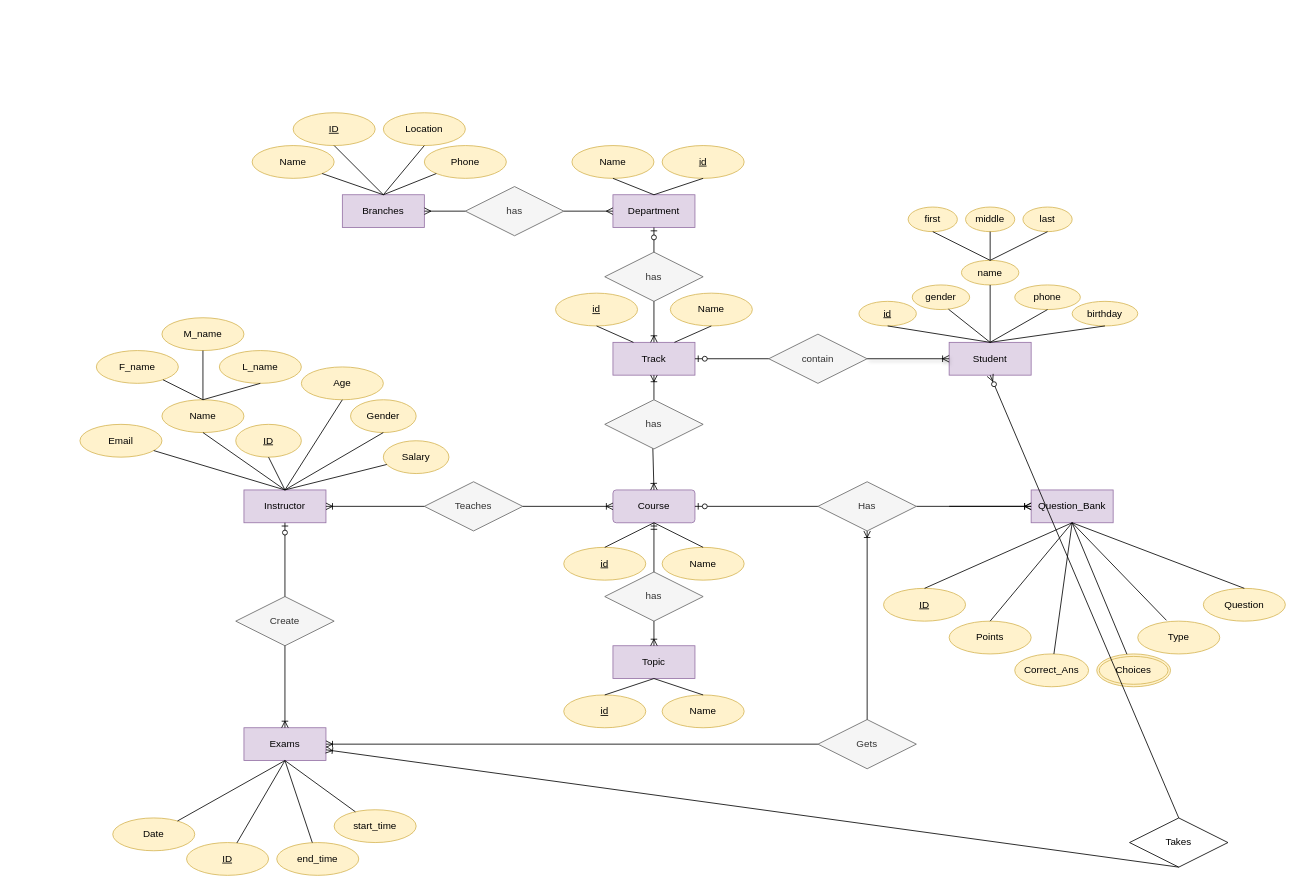
The draw.io diagram OnlineExaminationSystem.drawio in aya-abdelmageed/OnlineExaminationSystem, before the edit. Source tidied: cells renumbered, new cells numbered last; positions are measured from the earlier drawing's top-left corner, leaving out a move shared by most shapes. Both pictures are drawn from the tidied source at 82%, with x=0, y=0 at pixel (80, 112).
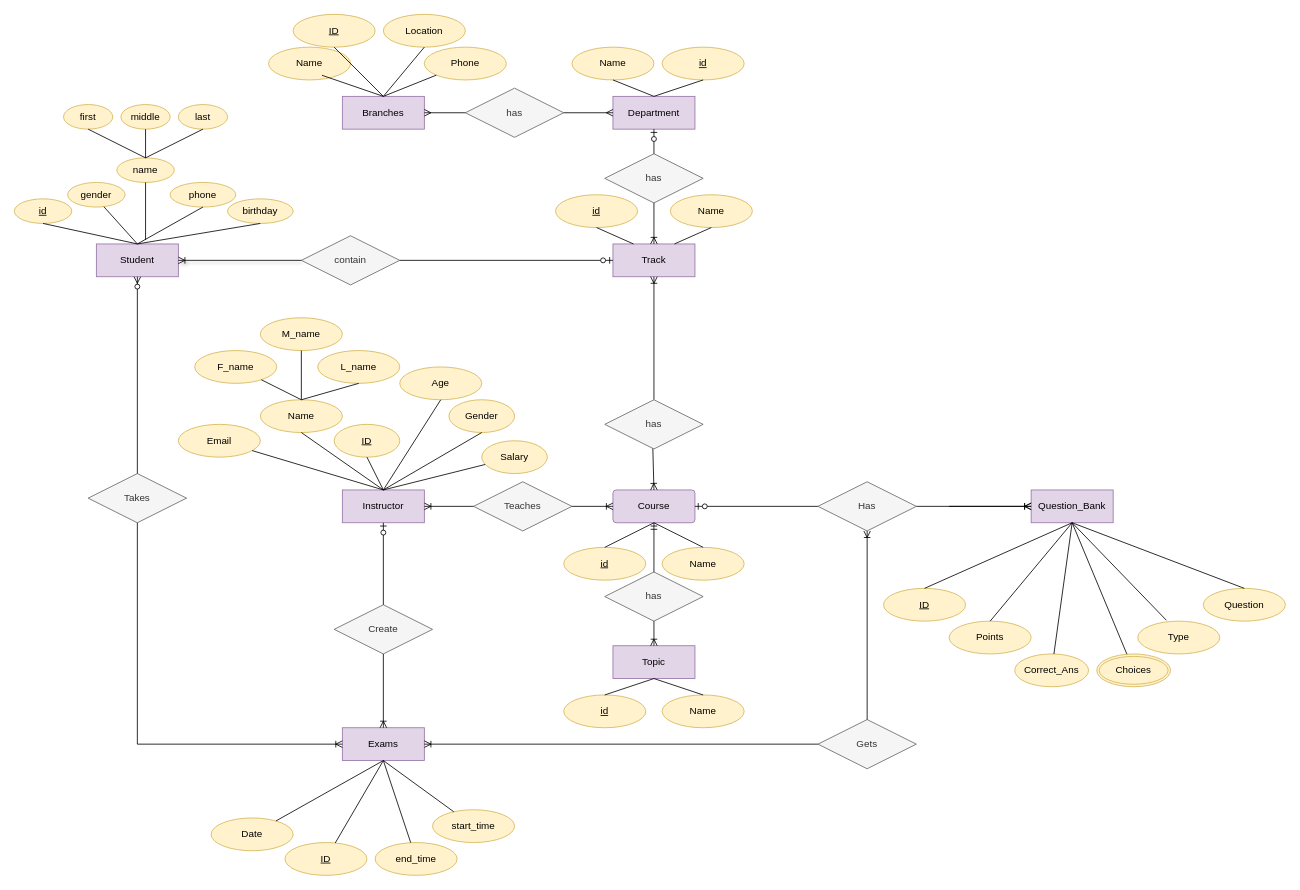
After the change.

Unchanged cells that the change refers to:
```xml
<mxCell id="70" value="has" style="shape=rhombus;perimeter=rhombusPerimeter;whiteSpace=wrap;html=1;align=center;fillColor=#f5f5f5;fontColor=#333333;strokeColor=#666666;" parent="1" vertex="1">
  <mxGeometry x="640" y="350" width="120" height="60" as="geometry" />
</mxCell>
```

What changed in the source:
```diff
@@
     <mxCell id="2" value="Name" style="ellipse;whiteSpace=wrap;html=1;align=center;fillColor=#fff2cc;strokeColor=#d6b656;" parent="1" vertex="1">
-      <mxGeometry x="600" y="40" width="100" height="40" as="geometry" />
+      <mxGeometry x="600" y="-80" width="100" height="40" as="geometry" />
     </mxCell>
     <mxCell id="3" value="id" style="ellipse;whiteSpace=wrap;html=1;align=center;fontStyle=4;fillColor=#fff2cc;strokeColor=#d6b656;" parent="1" vertex="1">
-      <mxGeometry x="710" y="40" width="100" height="40" as="geometry" />
+      <mxGeometry x="710" y="-80" width="100" height="40" as="geometry" />
     </mxCell>
     <mxCell id="4" value="Instructor" style="whiteSpace=wrap;html=1;align=center;fillColor=#e1d5e7;strokeColor=#9673a6;" parent="1" vertex="1">
-      <mxGeometry x="200" y="460" width="100" height="40" as="geometry" />
+      <mxGeometry x="320" y="460" width="100" height="40" as="geometry" />
     </mxCell>
     <mxCell id="5" value="Name" style="ellipse;whiteSpace=wrap;html=1;align=center;fillColor=#fff2cc;strokeColor=#d6b656;" parent="1" vertex="1">
-      <mxGeometry x="100" y="350" width="100" height="40" as="geometry" />
+      <mxGeometry x="220" y="350" width="100" height="40" as="geometry" />
     </mxCell>
     <mxCell id="6" value="Age" style="ellipse;whiteSpace=wrap;html=1;align=center;fillColor=#fff2cc;strokeColor=#d6b656;" parent="1" vertex="1">
-      <mxGeometry x="270" y="310" width="100" height="40" as="geometry" />
+      <mxGeometry x="390" y="310" width="100" height="40" as="geometry" />
     </mxCell>
     <mxCell id="7" value="Salary" style="ellipse;whiteSpace=wrap;html=1;align=center;fillColor=#fff2cc;strokeColor=#d6b656;" parent="1" vertex="1">
-      <mxGeometry x="370" y="400" width="80" height="40" as="geometry" />
+      <mxGeometry x="490" y="400" width="80" height="40" as="geometry" />
     </mxCell>
     <mxCell id="8" value="Gender" style="ellipse;whiteSpace=wrap;html=1;align=center;fillColor=#fff2cc;strokeColor=#d6b656;" parent="1" vertex="1">
-      <mxGeometry x="330" y="350" width="80" height="40" as="geometry" />
+      <mxGeometry x="450" y="350" width="80" height="40" as="geometry" />
     </mxCell>
@@
     <mxCell id="10" value="ID" style="ellipse;whiteSpace=wrap;html=1;align=center;fontStyle=4;fillColor=#fff2cc;strokeColor=#d6b656;" parent="1" vertex="1">
-      <mxGeometry x="130" y="890" width="100" height="40" as="geometry" />
+      <mxGeometry x="250" y="890" width="100" height="40" as="geometry" />
     </mxCell>
     <mxCell id="11" value="ID" style="ellipse;whiteSpace=wrap;html=1;align=center;fontStyle=4;fillColor=#fff2cc;strokeColor=#d6b656;" parent="1" vertex="1">
-      <mxGeometry x="190" y="380" width="80" height="40" as="geometry" />
+      <mxGeometry x="310" y="380" width="80" height="40" as="geometry" />
     </mxCell>
     <mxCell id="12" value="Date" style="ellipse;whiteSpace=wrap;html=1;align=center;fillColor=#fff2cc;strokeColor=#d6b656;" parent="1" vertex="1">
-      <mxGeometry x="40" y="860" width="100" height="40" as="geometry" />
+      <mxGeometry x="160" y="860" width="100" height="40" as="geometry" />
     </mxCell>
     <mxCell id="13" value="F_name" style="ellipse;whiteSpace=wrap;html=1;align=center;fillColor=#fff2cc;strokeColor=#d6b656;" parent="1" vertex="1">
-      <mxGeometry x="20" y="290" width="100" height="40" as="geometry" />
+      <mxGeometry x="140" y="290" width="100" height="40" as="geometry" />
     </mxCell>
     <mxCell id="14" value="M_name" style="ellipse;whiteSpace=wrap;html=1;align=center;fillColor=#fff2cc;strokeColor=#d6b656;" parent="1" vertex="1">
-      <mxGeometry x="100" y="250" width="100" height="40" as="geometry" />
+      <mxGeometry x="220" y="250" width="100" height="40" as="geometry" />
     </mxCell>
     <mxCell id="15" value="L_name" style="ellipse;whiteSpace=wrap;html=1;align=center;fillColor=#fff2cc;strokeColor=#d6b656;" parent="1" vertex="1">
-      <mxGeometry x="170" y="290" width="100" height="40" as="geometry" />
+      <mxGeometry x="290" y="290" width="100" height="40" as="geometry" />
     </mxCell>
     <mxCell id="16" value="Email" style="ellipse;whiteSpace=wrap;html=1;align=center;fillColor=#fff2cc;strokeColor=#d6b656;" parent="1" vertex="1">
-      <mxGeometry y="380" width="100" height="40" as="geometry" />
+      <mxGeometry x="120" y="380" width="100" height="40" as="geometry" />
     </mxCell>
@@
     <mxCell id="18" style="endArrow=none;html=1;rounded=0;exitX=0.5;exitY=1;exitDx=0;exitDy=0;" parent="1" edge="1" source="15">
       <mxGeometry relative="1" as="geometry">
-        <mxPoint x="150" y="350" as="targetPoint" />
+        <mxPoint x="270" y="350" as="targetPoint" />
       </mxGeometry>
     </mxCell>
     <mxCell id="19" style="endArrow=none;html=1;rounded=0;entryX=0.5;entryY=1;entryDx=0;entryDy=0;" parent="1" edge="1" target="5">
       <mxGeometry relative="1" as="geometry">
-        <mxPoint x="250" y="460" as="sourcePoint" />
+        <mxPoint x="370" y="460" as="sourcePoint" />
       </mxGeometry>
     </mxCell>
@@
     <mxCell id="21" style="endArrow=none;html=1;rounded=0;exitX=0.5;exitY=1;exitDx=0;exitDy=0;" parent="1" edge="1" source="11">
       <mxGeometry relative="1" as="geometry">
-        <mxPoint x="250" y="460" as="targetPoint" />
+        <mxPoint x="370" y="460" as="targetPoint" />
       </mxGeometry>
     </mxCell>
@@
     <mxCell id="24" style="endArrow=none;html=1;rounded=0;entryX=0.5;entryY=1;entryDx=0;entryDy=0;" parent="1" edge="1" target="8">
       <mxGeometry relative="1" as="geometry">
-        <mxPoint x="250" y="460" as="sourcePoint" />
+        <mxPoint x="370" y="460" as="sourcePoint" />
       </mxGeometry>
     </mxCell>
@@
     <mxCell id="26" value="Exams" style="whiteSpace=wrap;html=1;align=center;fillColor=#e1d5e7;strokeColor=#9673a6;" parent="1" vertex="1">
-      <mxGeometry x="200" y="750" width="100" height="40" as="geometry" />
+      <mxGeometry x="320" y="750" width="100" height="40" as="geometry" />
     </mxCell>
@@
     <mxCell id="28" value="end_time" style="ellipse;whiteSpace=wrap;html=1;align=center;fillColor=#fff2cc;strokeColor=#d6b656;" parent="1" vertex="1">
-      <mxGeometry x="240" y="890" width="100" height="40" as="geometry" />
+      <mxGeometry x="360" y="890" width="100" height="40" as="geometry" />
     </mxCell>
     <mxCell id="29" value="start_time" style="ellipse;whiteSpace=wrap;html=1;align=center;fillColor=#fff2cc;strokeColor=#d6b656;" parent="1" vertex="1">
-      <mxGeometry x="310" y="850" width="100" height="40" as="geometry" />
+      <mxGeometry x="430" y="850" width="100" height="40" as="geometry" />
     </mxCell>
@@
     <mxCell id="33" style="endArrow=none;html=1;rounded=0;entryX=0.5;entryY=1;entryDx=0;entryDy=0;" parent="1" edge="1" source="12">
       <mxGeometry relative="1" as="geometry">
-        <mxPoint x="250" y="790" as="targetPoint" />
+        <mxPoint x="370" y="790" as="targetPoint" />
       </mxGeometry>
     </mxCell>
@@
     <mxCell id="45" value="Create" style="shape=rhombus;perimeter=rhombusPerimeter;whiteSpace=wrap;html=1;align=center;fillColor=#f5f5f5;fontColor=#333333;strokeColor=#666666;" parent="1" vertex="1">
-      <mxGeometry x="190" y="590" width="120" height="60" as="geometry" />
+      <mxGeometry x="310" y="600" width="120" height="60" as="geometry" />
     </mxCell>
@@
     <mxCell id="51" value="Department" style="whiteSpace=wrap;html=1;align=center;fillColor=#e1d5e7;strokeColor=#9673a6;" parent="1" vertex="1">
-      <mxGeometry x="650" y="100" width="100" height="40" as="geometry" />
+      <mxGeometry x="650" y="-20" width="100" height="40" as="geometry" />
     </mxCell>
     <mxCell id="52" value="Track" style="whiteSpace=wrap;html=1;align=center;fillColor=#e1d5e7;strokeColor=#9673a6;" parent="1" vertex="1">
-      <mxGeometry x="650" y="280" width="100" height="40" as="geometry" />
+      <mxGeometry x="650" y="160" width="100" height="40" as="geometry" />
     </mxCell>
@@
     <mxCell id="54" style="endArrow=none;html=1;rounded=0;exitX=0.5;exitY=1;exitDx=0;exitDy=0;" parent="1" edge="1" source="3">
       <mxGeometry relative="1" as="geometry">
-        <mxPoint x="700" y="100" as="targetPoint" />
+        <mxPoint x="700" y="-20" as="targetPoint" />
       </mxGeometry>
     </mxCell>
     <mxCell id="55" value="id" style="ellipse;whiteSpace=wrap;html=1;align=center;fontStyle=4;fillColor=#fff2cc;strokeColor=#d6b656;" parent="1" vertex="1">
-      <mxGeometry x="950" y="230" width="70" height="30" as="geometry" />
+      <mxGeometry x="-80" y="105" width="70" height="30" as="geometry" />
     </mxCell>
@@
     <mxCell id="57" value="id" style="ellipse;whiteSpace=wrap;html=1;align=center;fontStyle=4;fillColor=#fff2cc;strokeColor=#d6b656;" parent="1" vertex="1">
-      <mxGeometry x="580" y="220" width="100" height="40" as="geometry" />
+      <mxGeometry x="580" y="100" width="100" height="40" as="geometry" />
     </mxCell>
     <mxCell id="58" value="Name" style="ellipse;whiteSpace=wrap;html=1;align=center;fillColor=#fff2cc;strokeColor=#d6b656;" parent="1" vertex="1">
-      <mxGeometry x="720" y="220" width="100" height="40" as="geometry" />
+      <mxGeometry x="720" y="100" width="100" height="40" as="geometry" />
     </mxCell>
@@
     <mxCell id="65" value="has" style="shape=rhombus;perimeter=rhombusPerimeter;whiteSpace=wrap;html=1;align=center;fillColor=#f5f5f5;fontColor=#333333;strokeColor=#666666;" parent="1" vertex="1">
-      <mxGeometry x="640" y="170" width="120" height="60" as="geometry" />
+      <mxGeometry x="640" y="50" width="120" height="60" as="geometry" />
     </mxCell>
@@
-    <mxCell id="68" style="fontSize=12;html=1;endArrow=ERoneToMany;rounded=0;entryX=0.5;entryY=1;entryDx=0;entryDy=0;" parent="1" edge="1" source="70" target="52">
+    <mxCell id="68" style="fontSize=12;html=1;endArrow=ERoneToMany;rounded=0;entryX=0.5;entryY=1;entryDx=0;entryDy=0;exitX=0.5;exitY=0;exitDx=0;exitDy=0;" parent="1" edge="1" source="70" target="52">
       <mxGeometry relative="1" as="geometry" />
     </mxCell>
@@
     <mxCell id="79" value="Student" style="whiteSpace=wrap;html=1;align=center;fillColor=#e1d5e7;strokeColor=#9673a6;" parent="1" vertex="1">
-      <mxGeometry x="1060" y="280" width="100" height="40" as="geometry" />
+      <mxGeometry x="20" y="160" width="100" height="40" as="geometry" />
     </mxCell>
     <mxCell id="80" value="contain" style="shape=rhombus;perimeter=rhombusPerimeter;whiteSpace=wrap;html=1;align=center;fillColor=#f5f5f5;fontColor=#333333;strokeColor=#666666;" parent="1" vertex="1">
-      <mxGeometry x="840" y="270" width="120" height="60" as="geometry" />
+      <mxGeometry x="270" y="150" width="120" height="60" as="geometry" />
     </mxCell>
-    <mxCell id="81" style="fontSize=12;html=1;endArrow=ERzeroToOne;endFill=1;rounded=0;entryX=1;entryY=0.5;entryDx=0;entryDy=0;" parent="1" edge="1" source="80" target="52">
+    <mxCell id="81" style="fontSize=12;html=1;endArrow=ERzeroToOne;endFill=1;rounded=0;entryX=0;entryY=0.5;entryDx=0;entryDy=0;exitX=1;exitY=0.5;exitDx=0;exitDy=0;" parent="1" edge="1" source="80" target="52">
       <mxGeometry relative="1" as="geometry" />
     </mxCell>
-    <mxCell id="82" style="fontSize=12;html=1;endArrow=ERoneToMany;rounded=0;shadow=1;entryX=0;entryY=0.5;entryDx=0;entryDy=0;exitX=1;exitY=0.5;exitDx=0;exitDy=0;" parent="1" edge="1" source="80" target="79">
+    <mxCell id="82" style="fontSize=12;html=1;endArrow=ERoneToMany;rounded=0;shadow=1;exitX=0;exitY=0.5;exitDx=0;exitDy=0;entryX=1;entryY=0.5;entryDx=0;entryDy=0;" parent="1" edge="1" source="80" target="79">
       <mxGeometry relative="1" as="geometry" />
     </mxCell>
     <mxCell id="83" value="gender" style="ellipse;whiteSpace=wrap;html=1;align=center;fillColor=#fff2cc;strokeColor=#d6b656;" parent="1" vertex="1">
-      <mxGeometry x="1015" y="210" width="70" height="30" as="geometry" />
+      <mxGeometry x="-15" y="85" width="70" height="30" as="geometry" />
     </mxCell>
     <mxCell id="84" value="first" style="ellipse;whiteSpace=wrap;html=1;align=center;fillColor=#fff2cc;strokeColor=#d6b656;" parent="1" vertex="1">
-      <mxGeometry x="1010" y="115" width="60" height="30" as="geometry" />
+      <mxGeometry x="-20" y="-10" width="60" height="30" as="geometry" />
     </mxCell>
     <mxCell id="85" value="last" style="ellipse;whiteSpace=wrap;html=1;align=center;fillColor=#fff2cc;strokeColor=#d6b656;" parent="1" vertex="1">
-      <mxGeometry x="1150" y="115" width="60" height="30" as="geometry" />
+      <mxGeometry x="120" y="-10" width="60" height="30" as="geometry" />
     </mxCell>
     <mxCell id="86" value="middle" style="ellipse;whiteSpace=wrap;html=1;align=center;fillColor=#fff2cc;strokeColor=#d6b656;" parent="1" vertex="1">
-      <mxGeometry x="1080" y="115" width="60" height="30" as="geometry" />
+      <mxGeometry x="50" y="-10" width="60" height="30" as="geometry" />
     </mxCell>
     <mxCell id="87" value="birthday" style="ellipse;whiteSpace=wrap;html=1;align=center;fillColor=#fff2cc;strokeColor=#d6b656;" parent="1" vertex="1">
-      <mxGeometry x="1210" y="230" width="80" height="30" as="geometry" />
+      <mxGeometry x="180" y="105" width="80" height="30" as="geometry" />
     </mxCell>
     <mxCell id="88" value="phone" style="ellipse;whiteSpace=wrap;html=1;align=center;fillColor=#fff2cc;strokeColor=#d6b656;" parent="1" vertex="1">
-      <mxGeometry x="1140" y="210" width="80" height="30" as="geometry" />
+      <mxGeometry x="110" y="85" width="80" height="30" as="geometry" />
     </mxCell>
     <mxCell id="89" value="name" style="ellipse;whiteSpace=wrap;html=1;align=center;fillColor=#fff2cc;strokeColor=#d6b656;" parent="1" vertex="1">
-      <mxGeometry x="1075" y="180" width="70" height="30" as="geometry" />
+      <mxGeometry x="45" y="55" width="70" height="30" as="geometry" />
     </mxCell>
@@
     <mxCell id="92" style="endArrow=none;html=1;rounded=0;exitX=0.5;exitY=1;exitDx=0;exitDy=0;" parent="1" edge="1" source="84">
       <mxGeometry relative="1" as="geometry">
-        <mxPoint x="1110" y="180" as="targetPoint" />
+        <mxPoint x="80" y="55" as="targetPoint" />
       </mxGeometry>
     </mxCell>
@@
     <mxCell id="95" style="endArrow=none;html=1;rounded=0;exitX=0.5;exitY=1;exitDx=0;exitDy=0;" parent="1" edge="1" source="89">
       <mxGeometry relative="1" as="geometry">
-        <mxPoint x="1110" y="280" as="targetPoint" />
+        <mxPoint x="80" y="155" as="targetPoint" />
       </mxGeometry>
     </mxCell>
@@
     <mxCell id="98" style="edgeStyle=orthogonalEdgeStyle;rounded=0;orthogonalLoop=1;jettySize=auto;html=1;exitX=0.5;exitY=1;exitDx=0;exitDy=0;labelBackgroundColor=none;fontColor=default;" parent="1" edge="1">
       <mxGeometry relative="1" as="geometry">
-        <mxPoint x="340" y="190" as="sourcePoint" />
-        <mxPoint x="340" y="190" as="targetPoint" />
+        <mxPoint x="285" y="75" as="sourcePoint" />
+        <mxPoint x="285" y="75" as="targetPoint" />
       </mxGeometry>
     </mxCell>
     <mxCell id="99" value="Branches" style="whiteSpace=wrap;html=1;align=center;fillColor=#e1d5e7;strokeColor=#9673a6;" parent="1" vertex="1">
-      <mxGeometry x="320" y="100" width="100" height="40" as="geometry" />
+      <mxGeometry x="320" y="-20" width="100" height="40" as="geometry" />
     </mxCell>
     <mxCell id="100" value="Name" style="ellipse;whiteSpace=wrap;html=1;align=center;fillColor=#fff2cc;strokeColor=#d6b656;" parent="1" vertex="1">
-      <mxGeometry x="210" y="40" width="100" height="40" as="geometry" />
+      <mxGeometry x="230" y="-80" width="100" height="40" as="geometry" />
     </mxCell>
     <mxCell id="101" value="ID" style="ellipse;whiteSpace=wrap;html=1;align=center;fontStyle=4;fillColor=#fff2cc;strokeColor=#d6b656;" parent="1" vertex="1">
-      <mxGeometry x="260" width="100" height="40" as="geometry" />
+      <mxGeometry x="260" y="-120" width="100" height="40" as="geometry" />
     </mxCell>
@@
-    <mxCell id="103" style="endArrow=none;html=1;rounded=0;exitX=1;exitY=1;exitDx=0;exitDy=0;" parent="1" edge="1" source="100">
+    <mxCell id="103" style="endArrow=none;html=1;rounded=0;exitX=1;exitY=1;exitDx=0;exitDy=0;" parent="1" edge="1">
       <mxGeometry relative="1" as="geometry">
-        <mxPoint x="370" y="100" as="targetPoint" />
+        <mxPoint x="295.1" y="-45.7" as="sourcePoint" />
+        <mxPoint x="370" y="-20" as="targetPoint" />
       </mxGeometry>
     </mxCell>
     <mxCell id="104" value="Location" style="ellipse;whiteSpace=wrap;html=1;align=center;fillColor=#fff2cc;strokeColor=#d6b656;" parent="1" vertex="1">
-      <mxGeometry x="370" width="100" height="40" as="geometry" />
+      <mxGeometry x="370" y="-120" width="100" height="40" as="geometry" />
     </mxCell>
@@
     <mxCell id="106" value="Phone" style="ellipse;whiteSpace=wrap;html=1;align=center;fillColor=#fff2cc;strokeColor=#d6b656;" parent="1" vertex="1">
-      <mxGeometry x="420" y="40" width="100" height="40" as="geometry" />
+      <mxGeometry x="420" y="-80" width="100" height="40" as="geometry" />
     </mxCell>
@@
     <mxCell id="108" value="has" style="shape=rhombus;perimeter=rhombusPerimeter;whiteSpace=wrap;html=1;align=center;fillColor=#f5f5f5;fontColor=#333333;strokeColor=#666666;" parent="1" vertex="1">
-      <mxGeometry x="470" y="90" width="120" height="60" as="geometry" />
+      <mxGeometry x="470" y="-30" width="120" height="60" as="geometry" />
     </mxCell>
     <mxCell id="109" style="fontSize=12;html=1;endArrow=ERmany;rounded=0;exitX=0;exitY=0.5;exitDx=0;exitDy=0;" parent="1" edge="1" source="108">
       <mxGeometry relative="1" as="geometry">
-        <mxPoint x="420" y="120" as="targetPoint" />
+        <mxPoint x="420" as="targetPoint" />
       </mxGeometry>
     </mxCell>
@@
     <mxCell id="113" value="Teaches" style="shape=rhombus;perimeter=rhombusPerimeter;whiteSpace=wrap;html=1;align=center;fillColor=#f5f5f5;fontColor=#333333;strokeColor=#666666;" parent="1" vertex="1">
-      <mxGeometry x="420" y="450" width="120" height="60" as="geometry" />
+      <mxGeometry x="480" y="450" width="120" height="60" as="geometry" />
     </mxCell>
@@
-    <mxCell id="116" value="Takes" style="shape=rhombus;perimeter=rhombusPerimeter;whiteSpace=wrap;html=1;align=center;" parent="1" vertex="1">
-      <mxGeometry x="1280" y="860" width="120" height="60" as="geometry" />
+    <mxCell id="116" value="Takes" style="shape=rhombus;perimeter=rhombusPerimeter;whiteSpace=wrap;html=1;align=center;fillColor=#f5f5f5;fontColor=#333333;strokeColor=#666666;" parent="1" vertex="1">
+      <mxGeometry x="10" y="440" width="120" height="60" as="geometry" />
     </mxCell>
@@
     <mxCell id="120" style="fontSize=12;html=1;endArrow=ERoneToMany;rounded=0;exitX=0.5;exitY=1;exitDx=0;exitDy=0;" parent="1" edge="1" source="116" target="26">
-      <mxGeometry relative="1" as="geometry" />
+      <mxGeometry relative="1" as="geometry">
+        <Array as="points">
+          <mxPoint x="70" y="770" />
+        </Array>
+      </mxGeometry>
     </mxCell>
```
